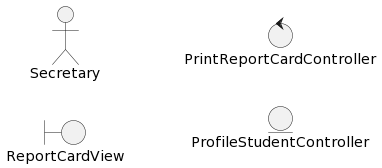
Above: out/DesignView/AnalysisView/UseCaseAnalysis/CU29.PrintReportCardByStudent/Collaboration.CU29.Analysis.png in wsmcbl/wsmcbl.doc (PlantUML), before the change. Its diagram source:
```plantuml
@startuml
left to right direction

actor Secretary

boundary ReportCardView

control PrintReportCardController

entity ProfileStudentController





@enduml
```
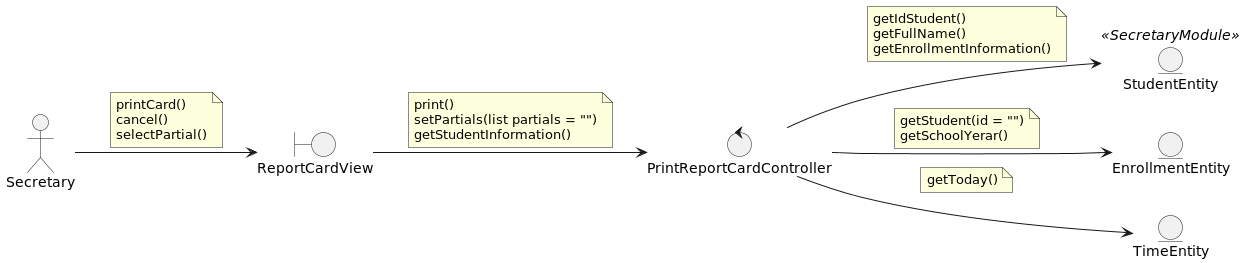
Above is the later version.

Commit message:
Feat: Update CU29 analysis usecase   Refs: #11

Diff of the diagram source:
```diff
@@ -7,10 +7,40 @@
 
 control PrintReportCardController
 
-entity ProfileStudentController
+entity StudentEntity<<SecretaryModule>>
+entity EnrollmentEntity
+entity TimeEntity
 
+Secretary --> ReportCardView
+note on link
+    printCard()
+    cancel()
+    selectPartial()
+end note
 
+ReportCardView --> PrintReportCardController
+note on link
+    print()
+    setPartials(list partials = "")
+    getStudentInformation()
+end note
 
+PrintReportCardController --> StudentEntity
+note on link
+    getIdStudent()
+    getFullName()
+    getEnrollmentInformation()
+end note
 
+PrintReportCardController --> EnrollmentEntity
+note on link
+    getStudent(id = "")
+    getSchoolYerar()
+end note
+
+PrintReportCardController --> TimeEntity
+note on link
+    getToday()
+end note
 
 @enduml
```
